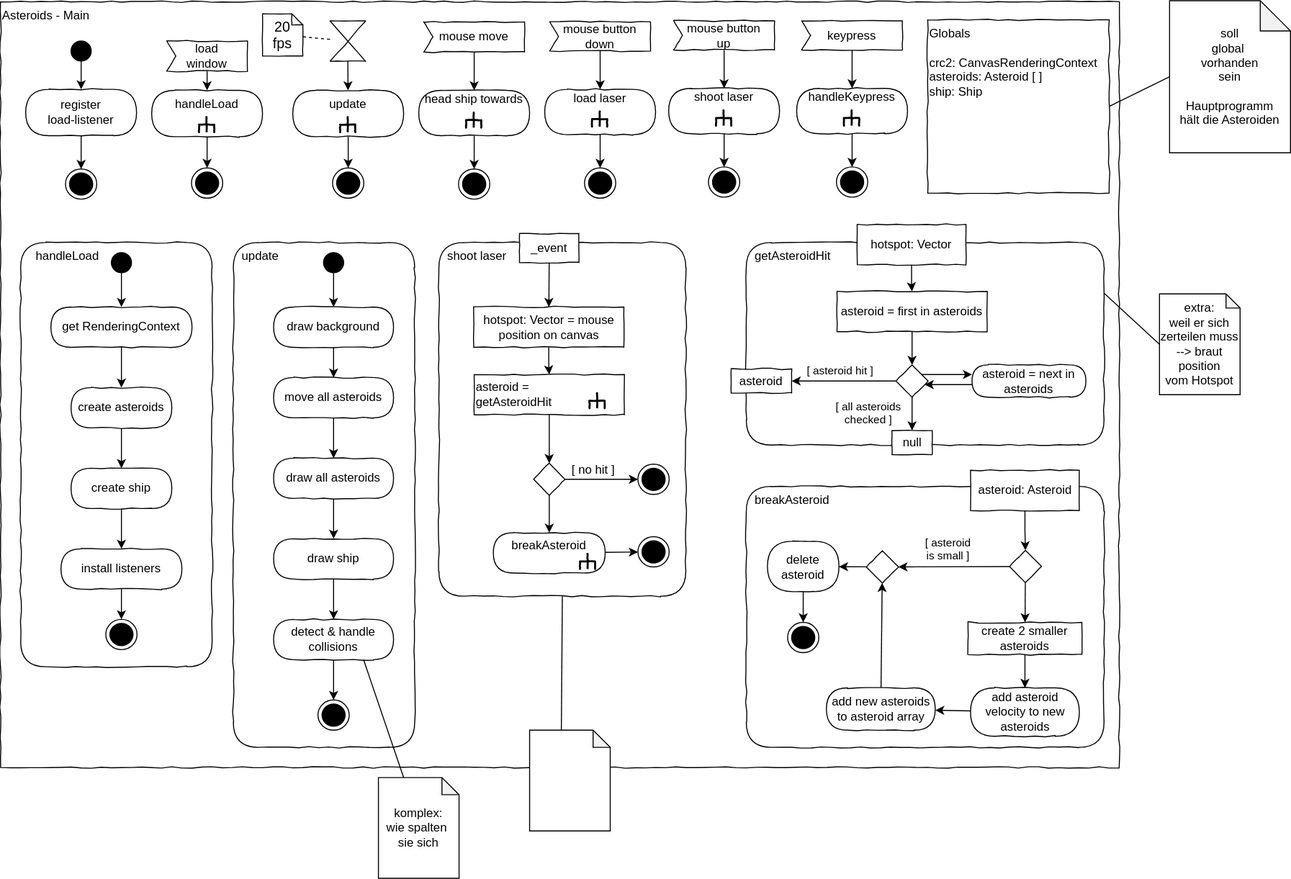
This is Tests zu den Lektionen/Canvas/Classes/Asteroids/Material/draw.io/Asteroids_ActivityDiagram-Main.svg from stinglmo/EIA2_SoSe21, a draw.io export, as it was before one commit. Source tidied: cells renumbered, new cells last; positions are measured from the earlier drawing's top-left corner, leaving out a move shared by most shapes.
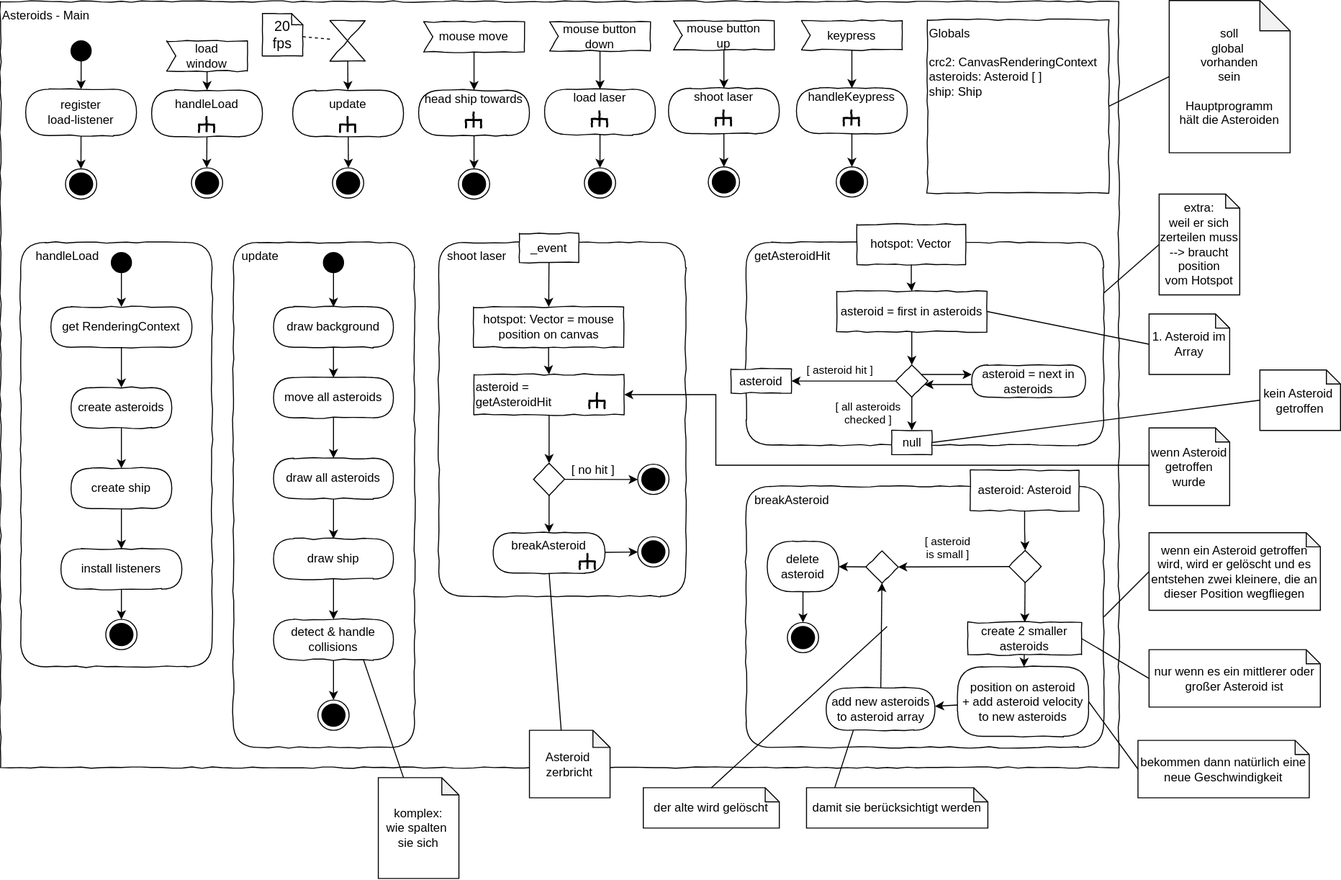
Above is the later version.

Change to the diagram source:
```diff
@@ -400,8 +400,8 @@
     <mxCell id="127" style="edgeStyle=none;rounded=0;jettySize=auto;html=1;fontSize=12;" parent="1" edge="1" source="128" target="130">
       <mxGeometry relative="1" as="geometry" />
     </mxCell>
-    <mxCell id="128" value="add asteroid velocity to new asteroids" style="rounded=1;whiteSpace=wrap;html=1;absoluteArcSize=1;arcSize=50;strokeWidth=1;shadow=0;comic=1;fontFamily=Helvetica;fontSize=12;fontColor=#000000;align=center;strokeColor=#000000;fillColor=#ffffff;" parent="1" vertex="1">
-      <mxGeometry x="962.5" y="682" width="108" height="48" as="geometry" />
+    <mxCell id="128" value="position on asteroid&lt;br&gt;+ add asteroid velocity to new asteroids" style="rounded=1;whiteSpace=wrap;html=1;absoluteArcSize=1;arcSize=50;strokeWidth=1;shadow=0;comic=1;fontFamily=Helvetica;fontSize=12;fontColor=#000000;align=center;strokeColor=#000000;fillColor=#ffffff;" parent="1" vertex="1">
+      <mxGeometry x="950" y="661" width="130" height="69" as="geometry" />
     </mxCell>
     <mxCell id="129" style="rounded=0;jettySize=auto;html=1;fontSize=12;" parent="1" edge="1" source="130" target="133">
       <mxGeometry relative="1" as="geometry" />
@@ -450,17 +450,73 @@
     <mxCell id="143" style="endArrow=none;html=1;entryX=0.75;entryY=1;entryDx=0;entryDy=0;exitX=0;exitY=0;exitDx=25;exitDy=0;exitPerimeter=0;" parent="1" edge="1" source="142" target="80">
       <mxGeometry relative="1" as="geometry" />
     </mxCell>
-    <mxCell id="144" style="shape=note;whiteSpace=wrap;html=1;backgroundOutline=1;darkOpacity=0.05;size=17;" parent="1" vertex="1">
-      <mxGeometry x="525" y="724" width="80" height="100" as="geometry" />
+    <mxCell id="144" value="Asteroid&amp;nbsp;&lt;br&gt;zerbricht" style="shape=note;whiteSpace=wrap;html=1;backgroundOutline=1;darkOpacity=0.05;size=17;" parent="1" vertex="1">
+      <mxGeometry x="525" y="724" width="80" height="67" as="geometry" />
     </mxCell>
-    <mxCell id="145" style="endArrow=none;html=1;entryX=0.5;entryY=1;entryDx=0;entryDy=0;exitX=0;exitY=0;exitDx=31.5;exitDy=0;exitPerimeter=0;" parent="1" edge="1" source="144" target="85">
+    <mxCell id="145" style="endArrow=none;html=1;entryX=0.5;entryY=1;entryDx=0;entryDy=0;exitX=0;exitY=0;exitDx=31.5;exitDy=0;exitPerimeter=0;" parent="1" edge="1" source="144" target="110">
       <mxGeometry relative="1" as="geometry" />
     </mxCell>
-    <mxCell id="146" value="extra:&lt;br&gt;weil er sich&lt;br&gt;zerteilen muss&lt;br&gt;--&amp;gt; braut position&lt;br&gt;vom Hotspot" style="shape=note;whiteSpace=wrap;html=1;backgroundOutline=1;darkOpacity=0.05;size=14;" parent="1" vertex="1">
-      <mxGeometry x="1150" y="291" width="80" height="100" as="geometry" />
+    <mxCell id="146" value="extra:&lt;br&gt;weil er sich&lt;br&gt;zerteilen muss&lt;br&gt;--&amp;gt; braucht position&lt;br&gt;vom Hotspot" style="shape=note;whiteSpace=wrap;html=1;backgroundOutline=1;darkOpacity=0.05;size=14;" parent="1" vertex="1">
+      <mxGeometry x="1150" y="192" width="80" height="100" as="geometry" />
     </mxCell>
     <mxCell id="147" style="endArrow=none;html=1;entryX=1;entryY=0.25;entryDx=0;entryDy=0;exitX=0;exitY=0.5;exitDx=0;exitDy=0;exitPerimeter=0;" parent="1" edge="1" source="146" target="92">
       <mxGeometry relative="1" as="geometry" />
     </mxCell>
+    <mxCell id="148" style="edgeStyle=orthogonalEdgeStyle;rounded=0;jettySize=auto;html=1;exitX=0;exitY=0.5;exitDx=0;exitDy=0;exitPerimeter=0;entryX=1;entryY=0.5;entryDx=0;entryDy=0;" parent="1" edge="1" source="149" target="90">
+      <mxGeometry relative="1" as="geometry">
+        <Array as="points">
+          <mxPoint x="1140" y="461" />
+          <mxPoint x="710" y="461" />
+          <mxPoint x="710" y="391" />
+        </Array>
+      </mxGeometry>
+    </mxCell>
+    <mxCell id="149" value="wenn Asteroid getroffen wurde" style="shape=note;whiteSpace=wrap;html=1;backgroundOutline=1;darkOpacity=0.05;size=14;" parent="1" vertex="1">
+      <mxGeometry x="1140" y="424" width="80" height="77" as="geometry" />
+    </mxCell>
+    <mxCell id="150" value="1. Asteroid im Array" style="shape=note;whiteSpace=wrap;html=1;backgroundOutline=1;darkOpacity=0.05;size=14;" parent="1" vertex="1">
+      <mxGeometry x="1140" y="311" width="80" height="60" as="geometry" />
+    </mxCell>
+    <mxCell id="151" style="endArrow=none;html=1;entryX=0;entryY=0.5;entryDx=0;entryDy=0;exitX=1;exitY=0.5;exitDx=0;exitDy=0;entryPerimeter=0;" parent="1" edge="1" source="97" target="150">
+      <mxGeometry relative="1" as="geometry" />
+    </mxCell>
+    <mxCell id="152" value="kein Asteroid&amp;nbsp;&lt;br&gt;getroffen" style="shape=note;whiteSpace=wrap;html=1;backgroundOutline=1;darkOpacity=0.05;size=14;" parent="1" vertex="1">
+      <mxGeometry x="1250" y="366.5" width="80" height="60" as="geometry" />
+    </mxCell>
+    <mxCell id="153" style="endArrow=none;html=1;entryX=0;entryY=0.5;entryDx=0;entryDy=0;exitX=1;exitY=0.5;exitDx=0;exitDy=0;entryPerimeter=0;" parent="1" edge="1" source="101" target="152">
+      <mxGeometry relative="1" as="geometry" />
+    </mxCell>
+    <mxCell id="154" value="wenn ein Asteroid getroffen wird, wird er gelöscht und es entstehen zwei kleinere, die an dieser Position wegfliegen" style="shape=note;whiteSpace=wrap;html=1;backgroundOutline=1;darkOpacity=0.05;size=14;" parent="1" vertex="1">
+      <mxGeometry x="1140" y="528" width="170" height="77" as="geometry" />
+    </mxCell>
+    <mxCell id="155" style="endArrow=none;html=1;entryX=0;entryY=0.5;entryDx=0;entryDy=0;entryPerimeter=0;exitX=1;exitY=0.5;exitDx=0;exitDy=0;" parent="1" edge="1" source="120" target="154">
+      <mxGeometry relative="1" as="geometry" />
+    </mxCell>
+    <mxCell id="156" value="nur wenn es ein mittlerer oder großer Asteroid ist" style="shape=note;whiteSpace=wrap;html=1;backgroundOutline=1;darkOpacity=0.05;size=14;" parent="1" vertex="1">
+      <mxGeometry x="1140" y="644" width="170" height="57" as="geometry" />
+    </mxCell>
+    <mxCell id="157" style="endArrow=none;html=1;entryX=0;entryY=0.5;entryDx=0;entryDy=0;entryPerimeter=0;exitX=1;exitY=0.5;exitDx=0;exitDy=0;" parent="1" edge="1" source="126" target="156">
+      <mxGeometry relative="1" as="geometry" />
+    </mxCell>
+    <mxCell id="158" value="bekommen dann natürlich eine&lt;br&gt;neue Geschwindigkeit" style="shape=note;whiteSpace=wrap;html=1;backgroundOutline=1;darkOpacity=0.05;size=14;" parent="1" vertex="1">
+      <mxGeometry x="1129" y="734" width="170" height="57" as="geometry" />
+    </mxCell>
+    <mxCell id="159" style="endArrow=none;html=1;entryX=0;entryY=0.5;entryDx=0;entryDy=0;entryPerimeter=0;exitX=1;exitY=0.5;exitDx=0;exitDy=0;" parent="1" edge="1" source="128" target="158">
+      <mxGeometry relative="1" as="geometry" />
+    </mxCell>
+    <mxCell id="160" value="damit sie berücksichtigt werden" style="shape=note;whiteSpace=wrap;html=1;backgroundOutline=1;darkOpacity=0.05;size=14;" parent="1" vertex="1">
+      <mxGeometry x="800" y="781" width="180" height="40" as="geometry" />
+    </mxCell>
+    <mxCell id="161" style="endArrow=none;html=1;entryX=0.25;entryY=1;entryDx=0;entryDy=0;exitX=0;exitY=0;exitDx=28;exitDy=0;exitPerimeter=0;" parent="1" edge="1" source="160" target="130">
+      <mxGeometry relative="1" as="geometry" />
+    </mxCell>
+    <mxCell id="162" value="der alte wird gelöscht" style="shape=note;whiteSpace=wrap;html=1;backgroundOutline=1;darkOpacity=0.05;size=14;" parent="1" vertex="1">
+      <mxGeometry x="638" y="781" width="135" height="40" as="geometry" />
+    </mxCell>
+    <mxCell id="163" style="endArrow=none;html=1;exitX=0.5;exitY=0;exitDx=0;exitDy=0;exitPerimeter=0;" parent="1" edge="1" source="162">
+      <mxGeometry relative="1" as="geometry">
+        <mxPoint x="880" y="621" as="targetPoint" />
+      </mxGeometry>
+    </mxCell>
   </root>
 </mxGraphModel>
```
